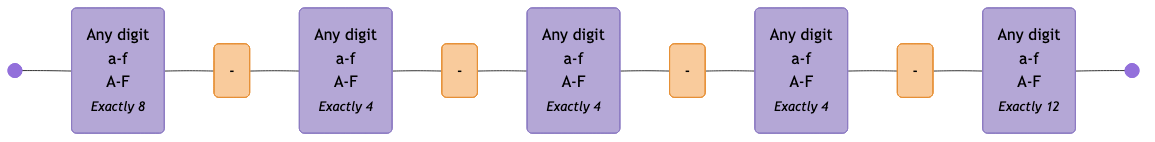
Earlier version of the Mermaid export diagrams/uuid.mermaid-diagram.png (tayles/regex-to-mermaid). Its source is kept beside it as diagrams/uuid.mermaid. Its diagram source:
```mermaid
graph LR
  accTitle: "Regex: [0-9a-fA-F]{8}-[0-9a-fA-F]{4}-[0-9a-fA-F]{4}-[0-9a-fA-F]{4}-[0-9a-fA-F]{12}"
  accDescr: "Generated with regex-to-mermaid@1.0.3"

  start@{ shape: f-circ };
  fin@{ shape: f-circ };
  char_class_1("Any digit<br>a-f<br>A-F<br><i><small>Exactly 8</small></i>"):::char-class;
  literal_1("-"):::literal;
  char_class_2("Any digit<br>a-f<br>A-F<br><i><small>Exactly 4</small></i>"):::char-class;
  literal_2("-"):::literal;
  char_class_3("Any digit<br>a-f<br>A-F<br><i><small>Exactly 4</small></i>"):::char-class;
  literal_3("-"):::literal;
  char_class_4("Any digit<br>a-f<br>A-F<br><i><small>Exactly 4</small></i>"):::char-class;
  literal_4("-"):::literal;
  char_class_5("Any digit<br>a-f<br>A-F<br><i><small>Exactly 12</small></i>"):::char-class;

  start --- char_class_1;
  char_class_1 --- literal_1;
  literal_1 --- char_class_2;
  char_class_2 --- literal_2;
  literal_2 --- char_class_3;
  char_class_3 --- literal_3;
  literal_3 --- char_class_4;
  char_class_4 --- literal_4;
  literal_4 --- char_class_5;
  char_class_5 --- fin;

  classDef char-class fill:#B4A7D6,stroke:#8E7CC3,color:#000000;
  classDef literal fill:#F9CB9C,stroke:#E69138,color:#000000;
```
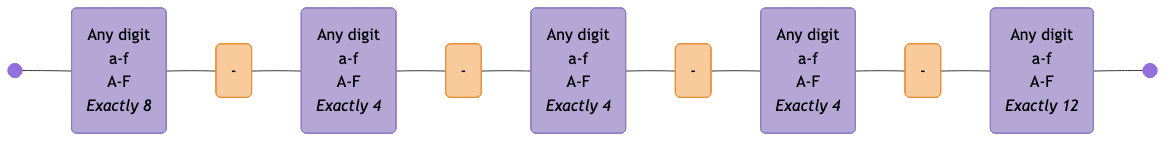
After the change.

The edit, as a diff of the source:
```diff
@@ -4,15 +4,15 @@
 
   start@{ shape: f-circ };
   fin@{ shape: f-circ };
-  char_class_1("Any digit<br>a-f<br>A-F<br><i><small>Exactly 8</small></i>"):::char-class;
+  char_class_1("Any digit<br>a-f<br>A-F<br><i>Exactly 8</i>"):::char-class;
   literal_1("-"):::literal;
-  char_class_2("Any digit<br>a-f<br>A-F<br><i><small>Exactly 4</small></i>"):::char-class;
+  char_class_2("Any digit<br>a-f<br>A-F<br><i>Exactly 4</i>"):::char-class;
   literal_2("-"):::literal;
-  char_class_3("Any digit<br>a-f<br>A-F<br><i><small>Exactly 4</small></i>"):::char-class;
+  char_class_3("Any digit<br>a-f<br>A-F<br><i>Exactly 4</i>"):::char-class;
   literal_3("-"):::literal;
-  char_class_4("Any digit<br>a-f<br>A-F<br><i><small>Exactly 4</small></i>"):::char-class;
+  char_class_4("Any digit<br>a-f<br>A-F<br><i>Exactly 4</i>"):::char-class;
   literal_4("-"):::literal;
-  char_class_5("Any digit<br>a-f<br>A-F<br><i><small>Exactly 12</small></i>"):::char-class;
+  char_class_5("Any digit<br>a-f<br>A-F<br><i>Exactly 12</i>"):::char-class;
 
   start --- char_class_1;
   char_class_1 --- literal_1;
```
